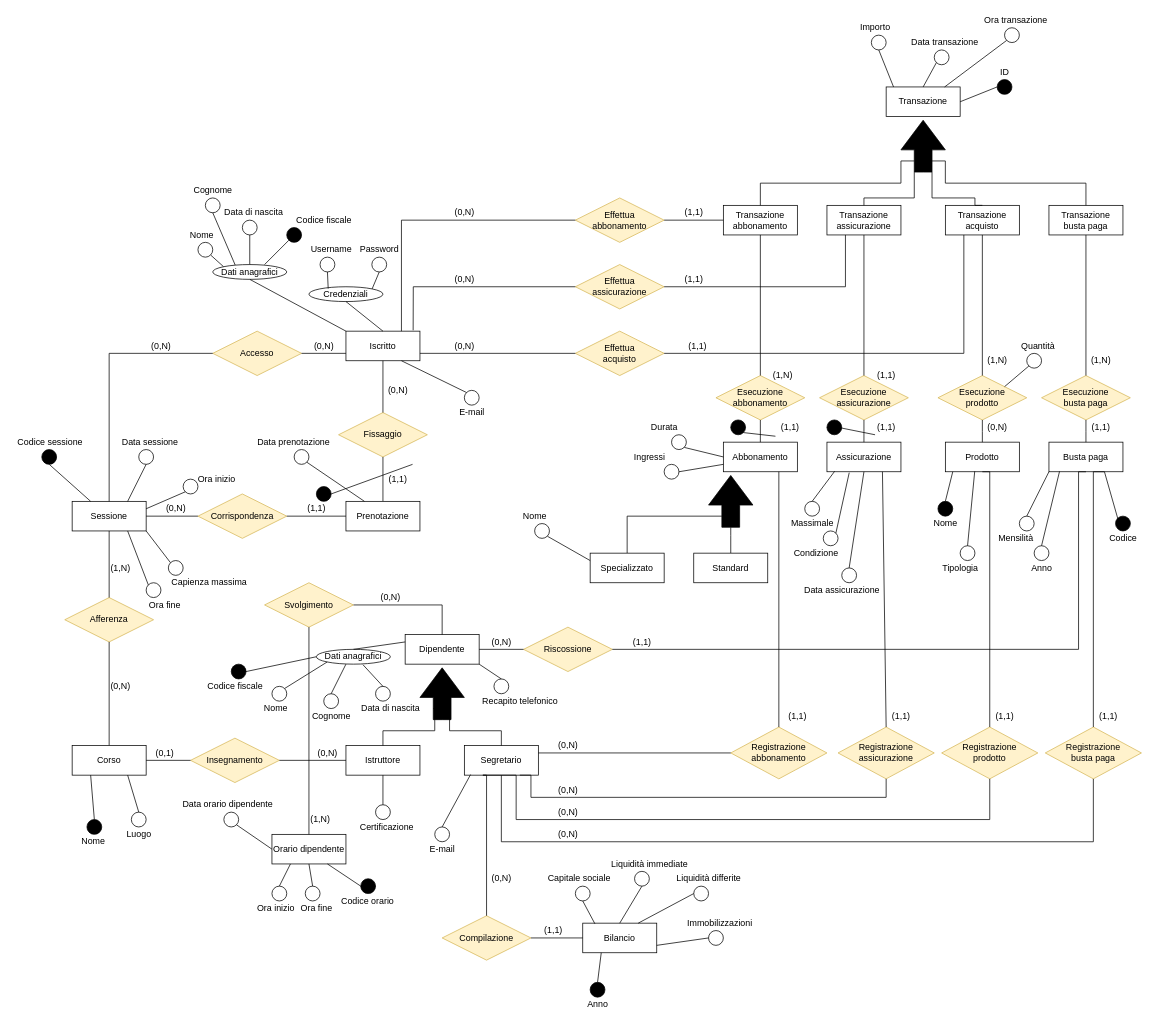
Before: Diagrammi ER/ER.drawio in DavideNunin/anconarockclimb, a draw.io diagram. Source tidied: cells renumbered, new cells numbered last; positions are measured from the earlier drawing's top-left corner, leaving out a move shared by most shapes. Both pictures are drawn from the tidied source at 74%, with x=0, y=0 at pixel (13, 13).
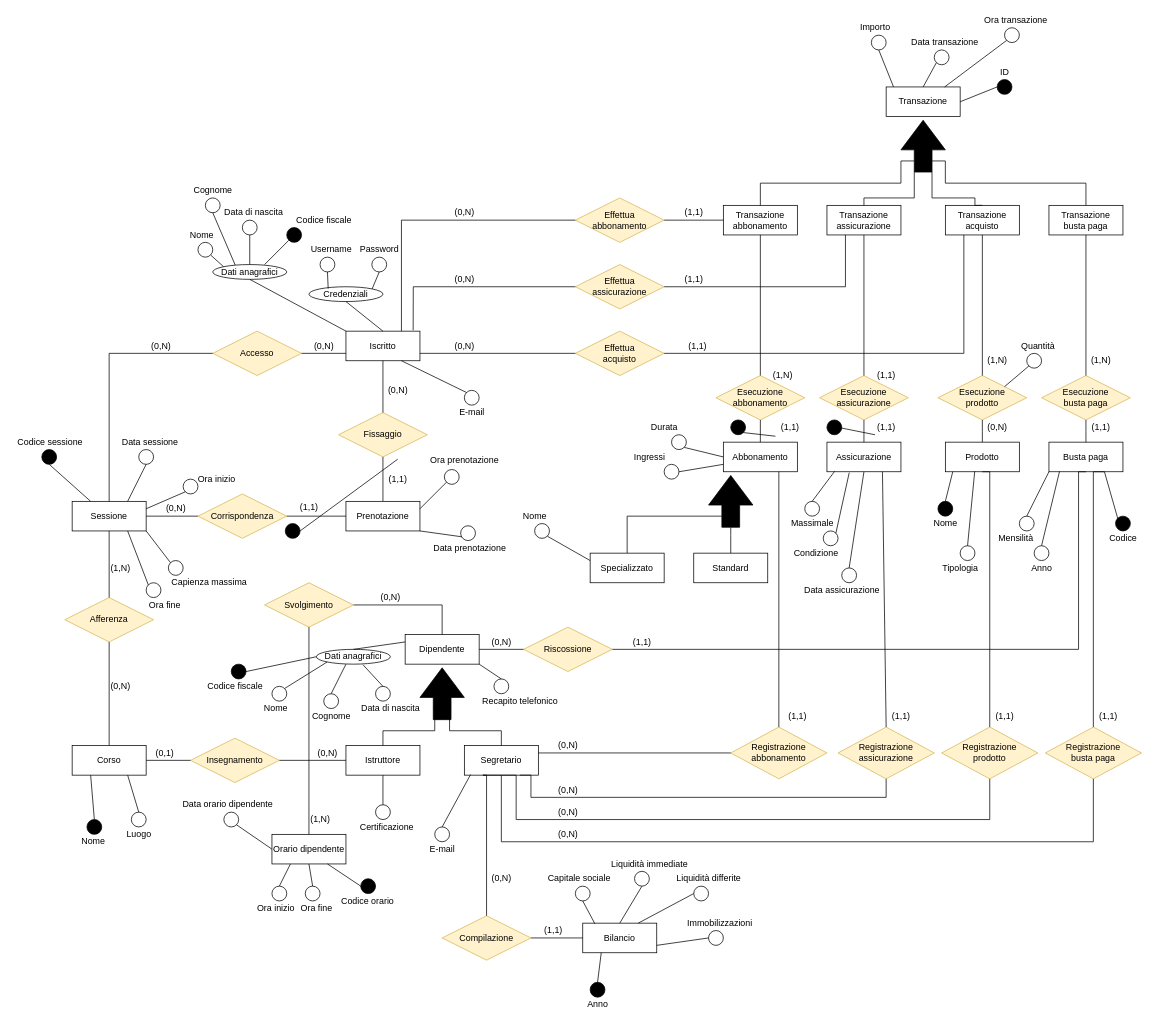
Above is the later version.

The change refers to these unchanged cells:
```xml
<mxCell id="14" value="Prenotazione" style="whiteSpace=wrap;html=1;align=center;" parent="1" vertex="1">
  <mxGeometry x="450" y="660" width="100" height="40" as="geometry" />
</mxCell>
```

The edit, as a diff of the source:
```diff
@@
-    <mxCell id="187" style="endArrow=none;html=1;rounded=0;entryX=0.25;entryY=0;entryDx=0;entryDy=0;exitX=1;exitY=1;exitDx=0;exitDy=0;" parent="1" edge="1" source="241" target="14">
+    <mxCell id="187" style="endArrow=none;html=1;rounded=0;entryX=1;entryY=1;entryDx=0;entryDy=0;exitX=1;exitY=1;exitDx=0;exitDy=0;" parent="1" edge="1" source="241" target="14">
       <mxGeometry relative="1" as="geometry" />
     </mxCell>
@@
     <mxCell id="200" value="(1,1)" style="text;html=1;align=center;verticalAlign=middle;strokeColor=none;fillColor=none;" parent="1" vertex="1">
-      <mxGeometry x="390" y="660" width="40" height="20" as="geometry" />
+      <mxGeometry x="380" y="658" width="40" height="20" as="geometry" />
     </mxCell>
@@
     <mxCell id="241" style="ellipse;whiteSpace=wrap;html=1;glass=0;" parent="1" vertex="1">
-      <mxGeometry x="380" y="590" width="20" height="20" as="geometry" />
+      <mxGeometry x="605" y="693" width="20" height="20" as="geometry" />
     </mxCell>
     <mxCell id="242" value="Data prenotazione" style="text;html=1;align=center;verticalAlign=middle;strokeColor=none;fillColor=none;" parent="1" vertex="1">
-      <mxGeometry x="324" y="570" width="110" height="20" as="geometry" />
+      <mxGeometry x="562" y="713" width="110" height="20" as="geometry" />
     </mxCell>
     <mxCell id="243" style="ellipse;whiteSpace=wrap;html=1;glass=0;fillColor=#000000;" parent="1" vertex="1">
-      <mxGeometry x="410" y="640" width="20" height="20" as="geometry" />
+      <mxGeometry x="368" y="690" width="20" height="20" as="geometry" />
     </mxCell>
     <mxCell id="244" style="endArrow=none;html=1;rounded=0;exitX=1;exitY=0.5;exitDx=0;exitDy=0;" parent="1" edge="1" source="243">
       <mxGeometry relative="1" as="geometry">
-        <mxPoint x="540" y="610" as="targetPoint" />
+        <mxPoint x="520" y="603" as="targetPoint" />
       </mxGeometry>
     </mxCell>
@@
+    <mxCell id="281" style="ellipse;whiteSpace=wrap;html=1;glass=0;" parent="1" vertex="1">
+      <mxGeometry x="583" y="617" width="20" height="20" as="geometry" />
+    </mxCell>
+    <mxCell id="282" style="endArrow=none;html=1;rounded=0;entryX=1;entryY=0.25;entryDx=0;entryDy=0;exitX=0;exitY=1;exitDx=0;exitDy=0;" parent="1" edge="1" source="281" target="14">
+      <mxGeometry relative="1" as="geometry" />
+    </mxCell>
+    <mxCell id="283" value="Ora prenotazione" style="text;html=1;align=center;verticalAlign=middle;strokeColor=none;fillColor=none;" parent="1" vertex="1">
+      <mxGeometry x="558" y="595" width="103" height="18" as="geometry" />
+    </mxCell>
```
